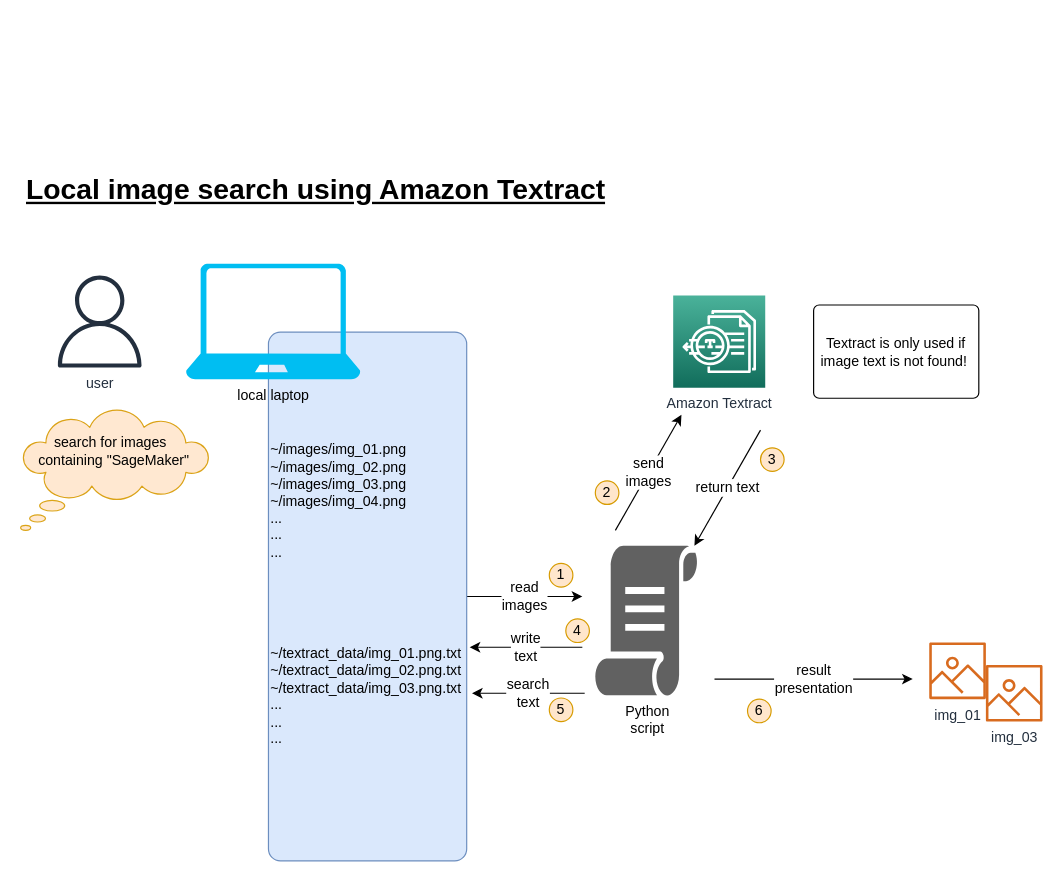
typex1/Amazon-Textract-Image-Search keeps this draw.io diagram as page "Textract solution" (1 of 2) of diagrams/Amazon-Textract-Image-Search.drawio. Above is the earlier version. Source tidied: cells renumbered, new cells numbered last; positions are measured from the earlier drawing's top-left corner, leaving out a move shared by most shapes. Both pictures are drawn from the tidied source at 118%, with x=0, y=0 at pixel (20, 166).
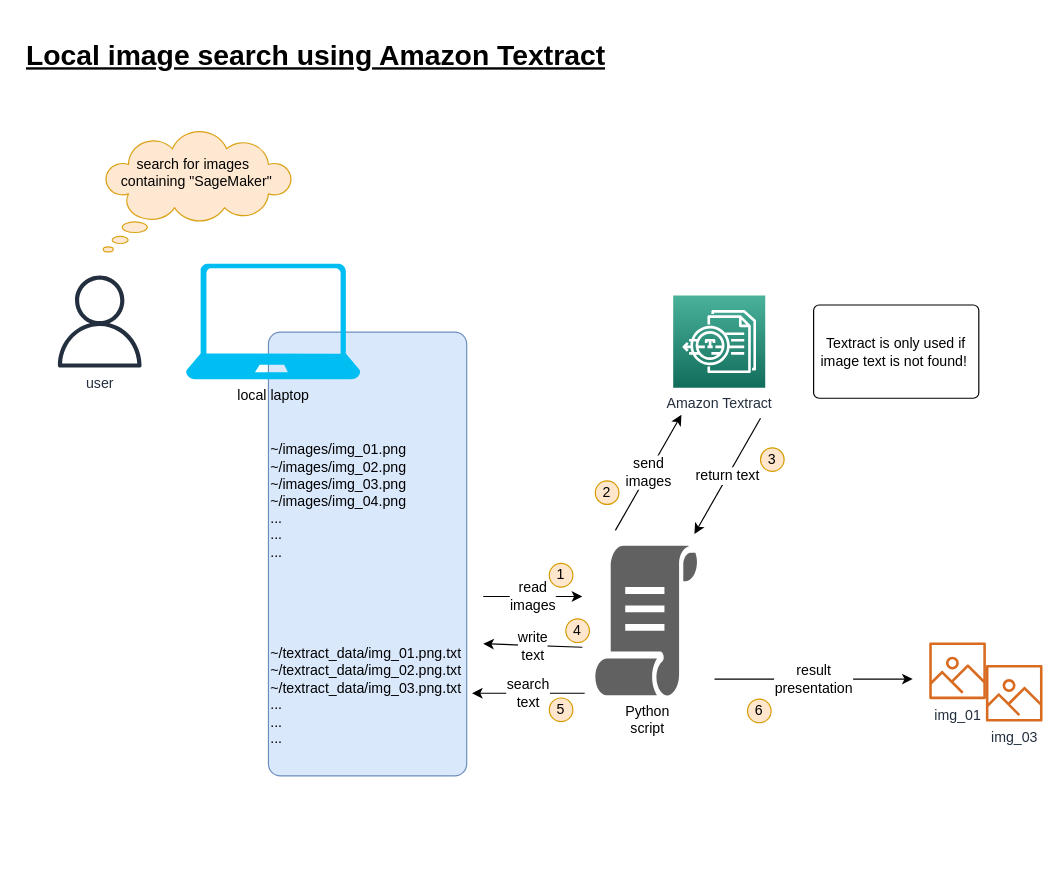
Above is the later version.

Change to the diagram source:
```diff
@@
-    <mxCell id="2" value="read&lt;br&gt;images" style="edgeStyle=none;rounded=0;jettySize=auto;html=1;fontSize=12;" parent="1" edge="1" source="3">
+    <mxCell id="2" value="read&lt;br&gt;images" style="edgeStyle=none;rounded=0;orthogonalLoop=1;jettySize=auto;html=1;fontSize=12;" parent="1" edge="1">
       <mxGeometry relative="1" as="geometry">
+        <mxPoint x="392" y="364" as="sourcePoint" />
         <mxPoint x="476" y="364" as="targetPoint" />
       </mxGeometry>
     </mxCell>
     <mxCell id="3" value="&lt;br&gt;&lt;br&gt;&lt;br&gt;&lt;br&gt;&lt;br&gt;&lt;br&gt;~/images/img_01.png&lt;br&gt;~/images/img_02.png&lt;br&gt;~/images/img_03.png&lt;br&gt;~/images/img_04.png&lt;br&gt;...&lt;br&gt;...&lt;br&gt;...&lt;br&gt;&lt;br&gt;&lt;br&gt;&lt;br&gt;&lt;br&gt;&lt;br&gt;~/textract_data/img_01.png.txt&lt;br&gt;~/textract_data/img_02.png.txt&lt;br&gt;~/textract_data/img_03.png.txt&lt;br&gt;...&lt;br&gt;...&lt;br&gt;...&lt;br&gt;" style="rounded=1;whiteSpace=wrap;html=1;fillColor=#dae8fc;strokeColor=#6c8ebf;arcSize=6;align=left;verticalAlign=top;" parent="1" vertex="1">
-      <mxGeometry x="210" y="140" width="168" height="448" as="geometry" />
+      <mxGeometry x="210" y="140" width="168" height="376" as="geometry" />
     </mxCell>
     <mxCell id="4" value="&lt;h1&gt;&lt;u&gt;Local image search using Amazon Textract&lt;/u&gt;&lt;/h1&gt;" style="text;html=1;strokeColor=none;fillColor=none;spacing=5;spacingTop=-20;whiteSpace=wrap;overflow=hidden;rounded=0;" parent="1" vertex="1">
-      <mxGeometry width="518" height="56" as="geometry" />
+      <mxGeometry y="-114" width="518" height="56" as="geometry" />
     </mxCell>
@@
     <mxCell id="10" value="return text" style="endArrow=classic;html=1;rounded=0;fontSize=12;" parent="1" edge="1">
       <mxGeometry relative="1" as="geometry">
-        <mxPoint x="627" y="223" as="sourcePoint" />
-        <mxPoint x="571" y="321" as="targetPoint" />
+        <mxPoint x="627" y="213" as="sourcePoint" />
+        <mxPoint x="571" y="311" as="targetPoint" />
       </mxGeometry>
     </mxCell>
-    <mxCell id="11" value="write&lt;br&gt;text" style="endArrow=classic;html=1;rounded=0;fontSize=12;entryX=1.015;entryY=0.596;entryDx=0;entryDy=0;entryPerimeter=0;" parent="1" edge="1" target="3">
+    <mxCell id="11" value="write&lt;br&gt;text" style="endArrow=classic;html=1;rounded=0;fontSize=12;" parent="1" edge="1">
       <mxGeometry relative="1" as="geometry">
         <mxPoint x="476" y="407" as="sourcePoint" />
+        <mxPoint x="392" y="404" as="targetPoint" />
       </mxGeometry>
     </mxCell>
@@
     <mxCell id="23" value="&lt;br&gt;&amp;nbsp; &amp;nbsp; &amp;nbsp; &amp;nbsp; search for images&lt;br&gt;&amp;nbsp; &amp;nbsp; containing &quot;SageMaker&quot;" style="whiteSpace=wrap;html=1;shape=mxgraph.basic.cloud_callout;fontSize=12;align=left;verticalAlign=top;opacity=90;fillColor=#ffe6cc;strokeColor=#d79b00;" parent="1" vertex="1">
-      <mxGeometry y="206" width="160" height="102" as="geometry" />
+      <mxGeometry x="70" y="-30" width="160" height="102" as="geometry" />
     </mxCell>
```
